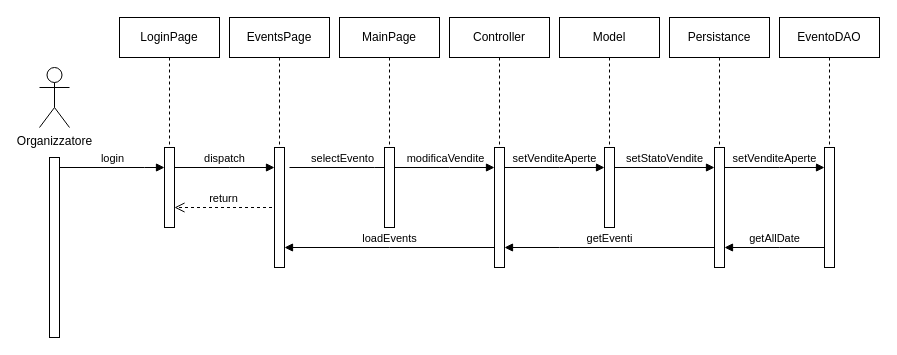
The draw.io diagram Documentazione/Diagrammi/Draw.io/6 - Diagramma di Sequenza - Modifica Vendite.drawio in IngSW-unipv/Progetto-H25, before the edit. Source tidied: cells renumbered, new cells numbered last; positions are measured from the earlier drawing's top-left corner, leaving out a move shared by most shapes. Both pictures are drawn from the tidied source at 100%, with x=0, y=0 at pixel (39, 17).
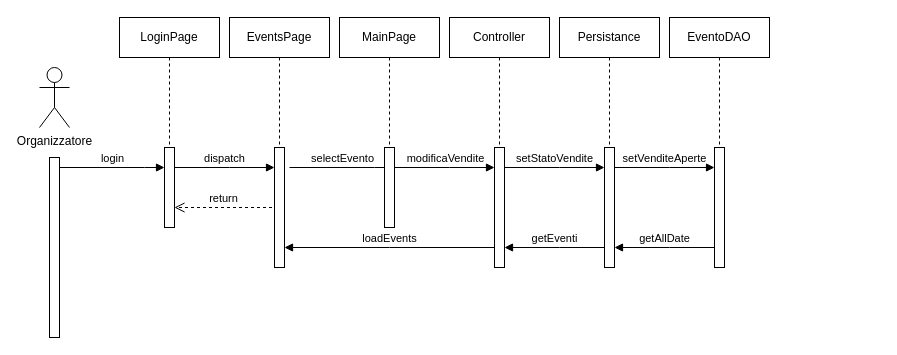
The same diagram, later.

Unchanged cells that the change refers to:
```xml
<mxCell id="27" style="html=1;points=[[0,0,0,0,5],[0,1,0,0,-5],[1,0,0,0,5],[1,1,0,0,-5]];perimeter=orthogonalPerimeter;outlineConnect=0;targetShapes=umlLifeline;portConstraint=eastwest;newEdgeStyle={&quot;curved&quot;:0,&quot;rounded&quot;:0};" parent="25" vertex="1">
  <mxGeometry x="45" y="130" width="10" height="120" as="geometry" />
</mxCell>
<mxCell id="31" style="html=1;points=[[0,0,0,0,5],[0,1,0,0,-5],[1,0,0,0,5],[1,1,0,0,-5]];perimeter=orthogonalPerimeter;outlineConnect=0;targetShapes=umlLifeline;portConstraint=eastwest;newEdgeStyle={&quot;curved&quot;:0,&quot;rounded&quot;:0};" parent="29" vertex="1">
  <mxGeometry x="45" y="130" width="10" height="120" as="geometry" />
</mxCell>
```

Diff of the diagram source:
```diff
@@
-    <mxCell id="21" style="group;" parent="1" vertex="1">
-      <mxGeometry x="520" width="100" height="210" as="geometry" />
-    </mxCell>
-    <mxCell id="22" value="Model" style="shape=umlLifeline;perimeter=lifelinePerimeter;whiteSpace=wrap;html=1;newEdgeStyle={&quot;edgeStyle&quot;:&quot;elbowEdgeStyle&quot;,&quot;elbow&quot;:&quot;vertical&quot;,&quot;curved&quot;:0,&quot;rounded&quot;:0};" parent="21" vertex="1">
-      <mxGeometry width="100" height="210" as="geometry" />
-    </mxCell>
-    <mxCell id="23" style="html=1;perimeter=orthogonalPerimeter;targetShapes=umlLifeline;newEdgeStyle={&quot;curved&quot;:0,&quot;rounded&quot;:0};" parent="21" vertex="1">
-      <mxGeometry x="45" y="130" width="10" height="80" as="geometry" />
-    </mxCell>
-    <mxCell id="24" value="setVenditeAperte" style="html=1;verticalAlign=bottom;endArrow=block;edgeStyle=elbowEdgeStyle;elbow=vertical;curved=0;rounded=0;" parent="21" edge="1">
-      <mxGeometry relative="1" as="geometry">
-        <mxPoint x="-55" y="150" as="sourcePoint" />
-        <mxPoint x="45" y="150" as="targetPoint" />
-        <Array as="points">
-          <mxPoint y="150" />
-        </Array>
-      </mxGeometry>
-    </mxCell>
     <mxCell id="25" style="group;" parent="1" vertex="1">
-      <mxGeometry x="630" width="100" height="280" as="geometry" />
+      <mxGeometry x="520" width="100" height="280" as="geometry" />
     </mxCell>
@@
     <mxCell id="29" style="group;" parent="1" vertex="1">
-      <mxGeometry x="740" width="100" height="270" as="geometry" />
+      <mxGeometry x="630" width="100" height="270" as="geometry" />
     </mxCell>
@@
     <mxCell id="35" value="getAllDate" style="html=1;verticalAlign=bottom;endArrow=block;edgeStyle=elbowEdgeStyle;elbow=vertical;curved=0;rounded=0;" parent="1" edge="1" source="31" target="27">
       <mxGeometry relative="1" as="geometry">
         <Array as="points">
-          <mxPoint x="740" y="230" />
+          <mxPoint x="630" y="230" />
         </Array>
       </mxGeometry>
     </mxCell>
```
